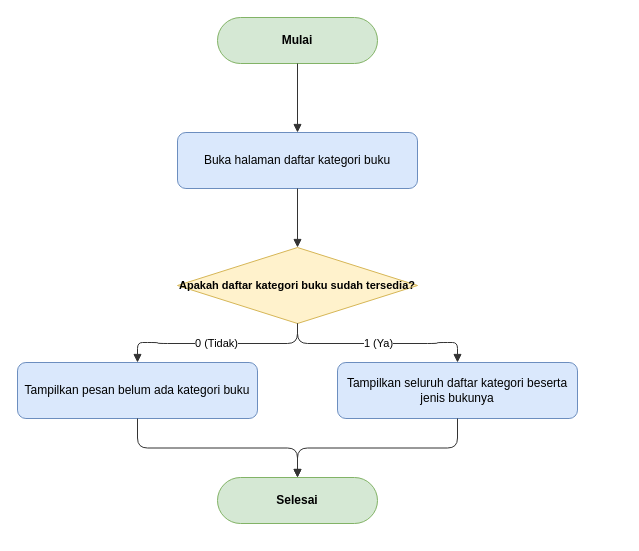
Earlier version of the draw.io diagram docs/diagrams/flowchart/flowchart-readlistcategories.drawio (dimstyle/ruang-baca). Source tidied: cells renumbered, new cells numbered last; positions are measured from the earlier drawing's top-left corner, leaving out a move shared by most shapes. Both pictures are drawn from the tidied source at 100%, with x=0, y=0 at pixel (17, 17).
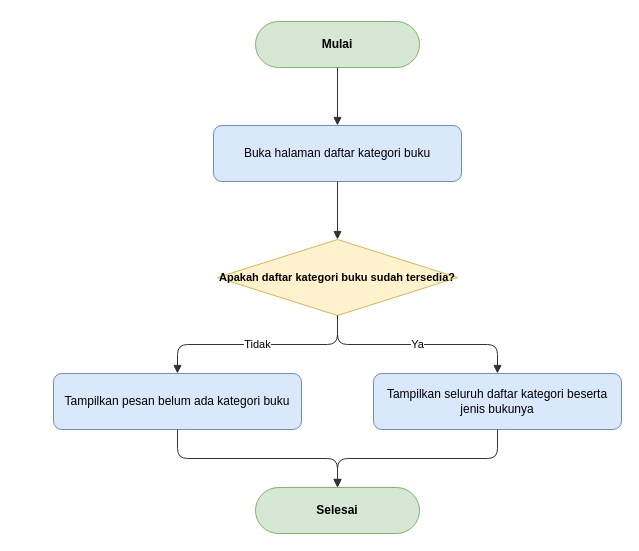
The same diagram, later.

What changed in the source:
```diff
@@
 <mxGraphModel>
   <root>
     <mxCell id="0" />
     <mxCell id="1" parent="0" />
     <mxCell id="2" value="Mulai" style="rounded=1;whiteSpace=wrap;html=1;arcSize=50;fillColor=#d5e8d4;strokeColor=#82b366;fontStyle=1;fontSize=12;" parent="1" vertex="1">
-      <mxGeometry x="200" width="160" height="46" as="geometry" />
+      <mxGeometry x="238" y="4" width="164" height="46" as="geometry" />
     </mxCell>
     <mxCell id="3" value="Buka halaman daftar kategori buku" style="rounded=1;whiteSpace=wrap;html=1;fillColor=#dae8fc;strokeColor=#6c8ebf;fontSize=12;" parent="1" vertex="1">
-      <mxGeometry x="160" y="115" width="240" height="56" as="geometry" />
+      <mxGeometry x="196" y="108" width="248" height="56" as="geometry" />
     </mxCell>
     <mxCell id="4" value="Apakah daftar kategori buku sudah tersedia?" style="rhombus;whiteSpace=wrap;html=1;fillColor=#fff2cc;strokeColor=#d6b656;fontStyle=1;fontSize=11;" parent="1" vertex="1">
-      <mxGeometry x="160" y="230" width="240" height="76" as="geometry" />
+      <mxGeometry x="200" y="222" width="240" height="76" as="geometry" />
     </mxCell>
     <mxCell id="5" value="Tampilkan pesan belum ada kategori buku" style="rounded=1;whiteSpace=wrap;html=1;fillColor=#dae8fc;strokeColor=#6c8ebf;fontSize=12;" parent="1" vertex="1">
-      <mxGeometry y="345" width="240" height="56" as="geometry" />
+      <mxGeometry x="36" y="356" width="248" height="56" as="geometry" />
     </mxCell>
     <mxCell id="6" value="Tampilkan seluruh daftar kategori beserta jenis bukunya" style="rounded=1;whiteSpace=wrap;html=1;fillColor=#dae8fc;strokeColor=#6c8ebf;fontSize=12;" parent="1" vertex="1">
-      <mxGeometry x="320" y="345" width="240" height="56" as="geometry" />
+      <mxGeometry x="356" y="356" width="248" height="56" as="geometry" />
     </mxCell>
     <mxCell id="7" value="Selesai" style="rounded=1;whiteSpace=wrap;html=1;arcSize=50;fillColor=#d5e8d4;strokeColor=#82b366;fontStyle=1;fontSize=12;" parent="1" vertex="1">
-      <mxGeometry x="200" y="460" width="160" height="46" as="geometry" />
+      <mxGeometry x="238" y="470" width="164" height="46" as="geometry" />
     </mxCell>
     <mxCell id="8" style="edgeStyle=orthogonalEdgeStyle;rounded=1;jettySize=auto;html=1;endArrow=block;endFill=1;strokeColor=#333333;fontSize=11;labelBackgroundColor=#ffffff;" parent="1" edge="1" source="2" target="3">
       <mxGeometry relative="1" as="geometry" />
     </mxCell>
     <mxCell id="9" style="edgeStyle=orthogonalEdgeStyle;rounded=1;jettySize=auto;html=1;endArrow=block;endFill=1;strokeColor=#333333;fontSize=11;labelBackgroundColor=#ffffff;" parent="1" edge="1" source="3" target="4">
       <mxGeometry relative="1" as="geometry" />
     </mxCell>
-    <mxCell id="10" value="0 (Tidak)" style="edgeStyle=orthogonalEdgeStyle;rounded=1;jettySize=auto;html=1;endArrow=block;endFill=1;strokeColor=#333333;fontSize=11;labelBackgroundColor=#ffffff;" parent="1" edge="1" source="4" target="5">
+    <mxCell id="10" value="Tidak" style="edgeStyle=orthogonalEdgeStyle;rounded=1;jettySize=auto;html=1;endArrow=block;endFill=1;strokeColor=#333333;fontSize=11;labelBackgroundColor=#ffffff;" parent="1" edge="1" source="4" target="5">
       <mxGeometry relative="1" as="geometry" />
     </mxCell>
     <mxCell id="11" style="edgeStyle=orthogonalEdgeStyle;rounded=1;jettySize=auto;html=1;endArrow=block;endFill=1;strokeColor=#333333;fontSize=11;labelBackgroundColor=#ffffff;" parent="1" edge="1" source="5" target="7">
       <mxGeometry relative="1" as="geometry" />
     </mxCell>
-    <mxCell id="12" value="1 (Ya)" style="edgeStyle=orthogonalEdgeStyle;rounded=1;jettySize=auto;html=1;endArrow=block;endFill=1;strokeColor=#333333;fontSize=11;labelBackgroundColor=#ffffff;" parent="1" edge="1" source="4" target="6">
+    <mxCell id="12" value="Ya" style="edgeStyle=orthogonalEdgeStyle;rounded=1;jettySize=auto;html=1;endArrow=block;endFill=1;strokeColor=#333333;fontSize=11;labelBackgroundColor=#ffffff;" parent="1" edge="1" source="4" target="6">
       <mxGeometry relative="1" as="geometry" />
     </mxCell>
     <mxCell id="13" style="edgeStyle=orthogonalEdgeStyle;rounded=1;jettySize=auto;html=1;endArrow=block;endFill=1;strokeColor=#333333;fontSize=11;labelBackgroundColor=#ffffff;" parent="1" edge="1" source="6" target="7">
       <mxGeometry relative="1" as="geometry" />
     </mxCell>
   </root>
 </mxGraphModel>
```
